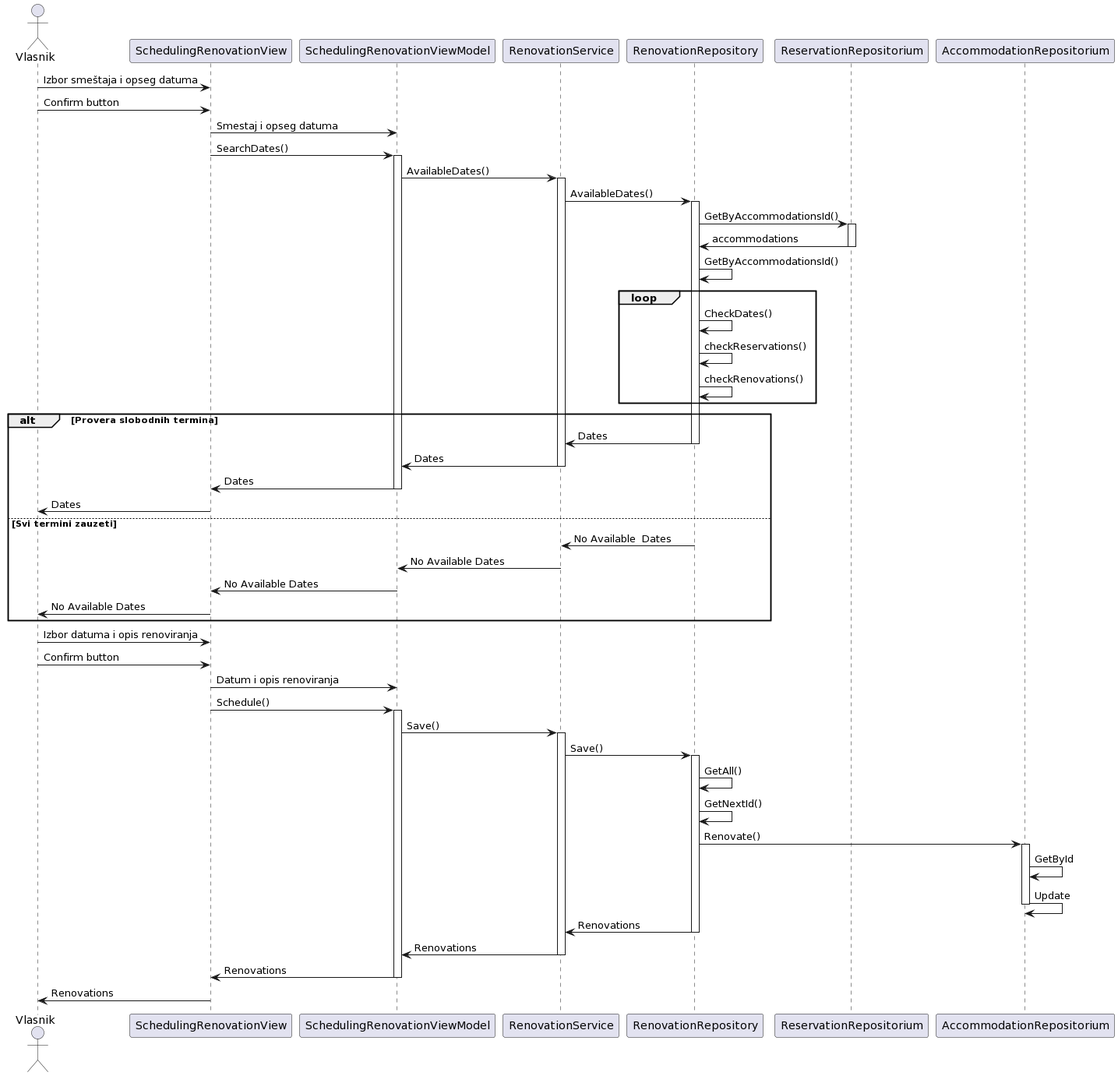
Before: SIMS/SIMS/SequenceDiagrams/Owner/Owner Sequence Diagram.png, a diagram exported from PlantUML (seli0001/SIMS-Projekat).
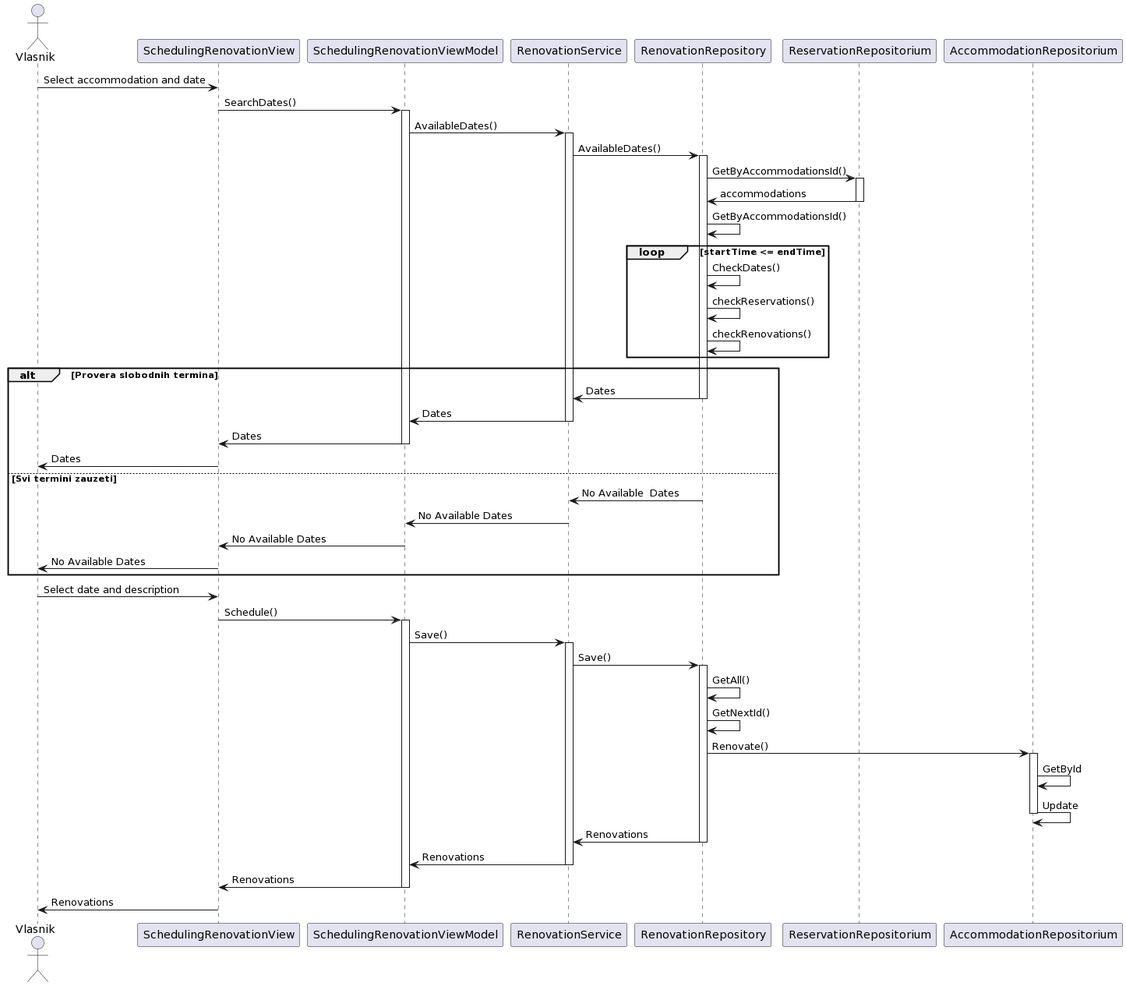
The same diagram one commit later.

What changed in the source:
```diff
@@ -11,14 +11,7 @@
 participant "AccommodationRepositorium" as acRepository
 
 
-vlasnik -> SchedulingRenovationView: Izbor smeštaja i opseg datuma
-vlasnik -> SchedulingRenovationView: Confirm button
-
-
-SchedulingRenovationView-> SchedulingRenovationViewModel: Smestaj i opseg datuma
-
-
-
+vlasnik -> SchedulingRenovationView: Select accommodation and date
 SchedulingRenovationView-> SchedulingRenovationViewModel: SearchDates()
 activate SchedulingRenovationViewModel
 SchedulingRenovationViewModel-> renService: AvailableDates()
@@ -30,7 +23,7 @@
 resRepository -> renRepository : accommodations
 deactivate resRepository
 renRepository -> renRepository: GetByAccommodationsId()
-loop
+loop startTime <= endTime
             renRepository -> renRepository : CheckDates()
 renRepository -> renRepository : checkReservations()
 renRepository -> renRepository : checkRenovations()
@@ -62,13 +55,7 @@
 
 end
 
-vlasnik -> SchedulingRenovationView: Izbor datuma i opis renoviranja
-vlasnik -> SchedulingRenovationView: Confirm button
-
-
-SchedulingRenovationView-> SchedulingRenovationViewModel: Datum i opis renoviranja
-
-
+vlasnik -> SchedulingRenovationView: Select date and description
 
 SchedulingRenovationView-> SchedulingRenovationViewModel: Schedule()
 activate SchedulingRenovationViewModel
```
